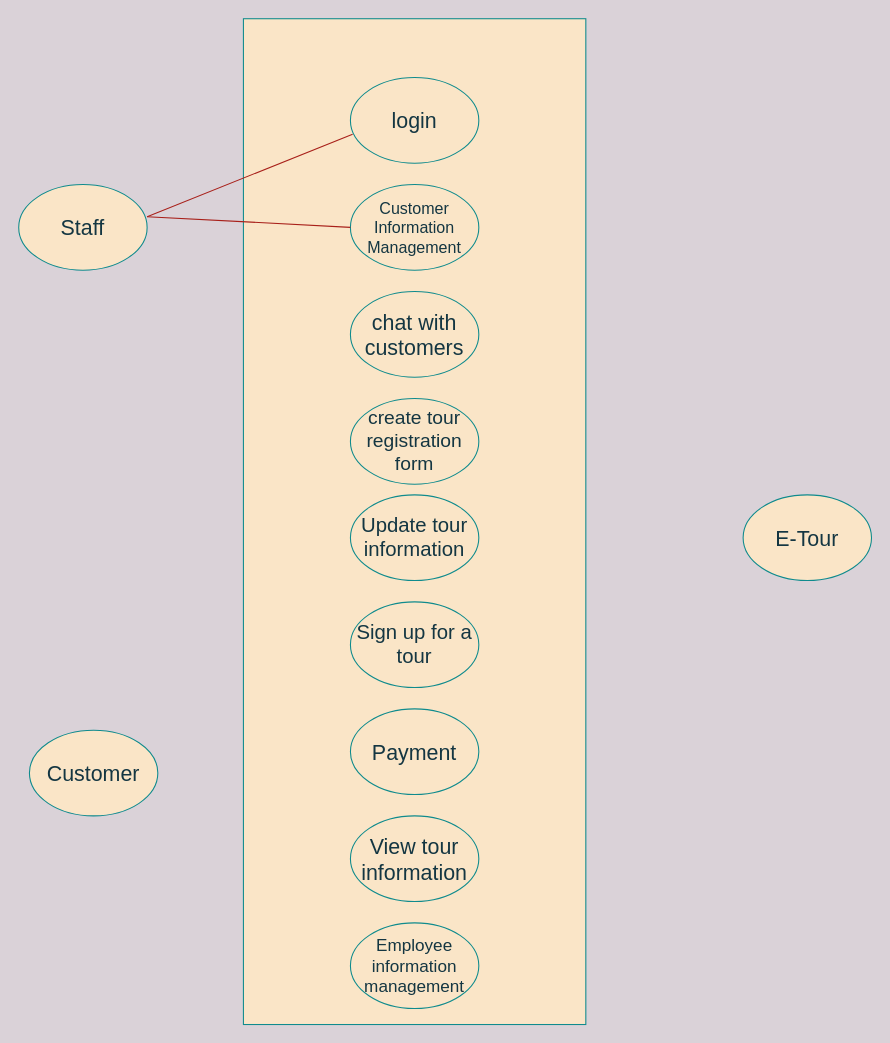
School2810/Demo keeps this draw.io diagram as Untitled Diagram.drawio. Above is the earlier version. Source tidied: cells renumbered, new cells numbered last; positions are measured from the earlier drawing's top-left corner, leaving out a move shared by most shapes. Both pictures are drawn from the tidied source at 107%, with x=0, y=0 at pixel (18, 18).
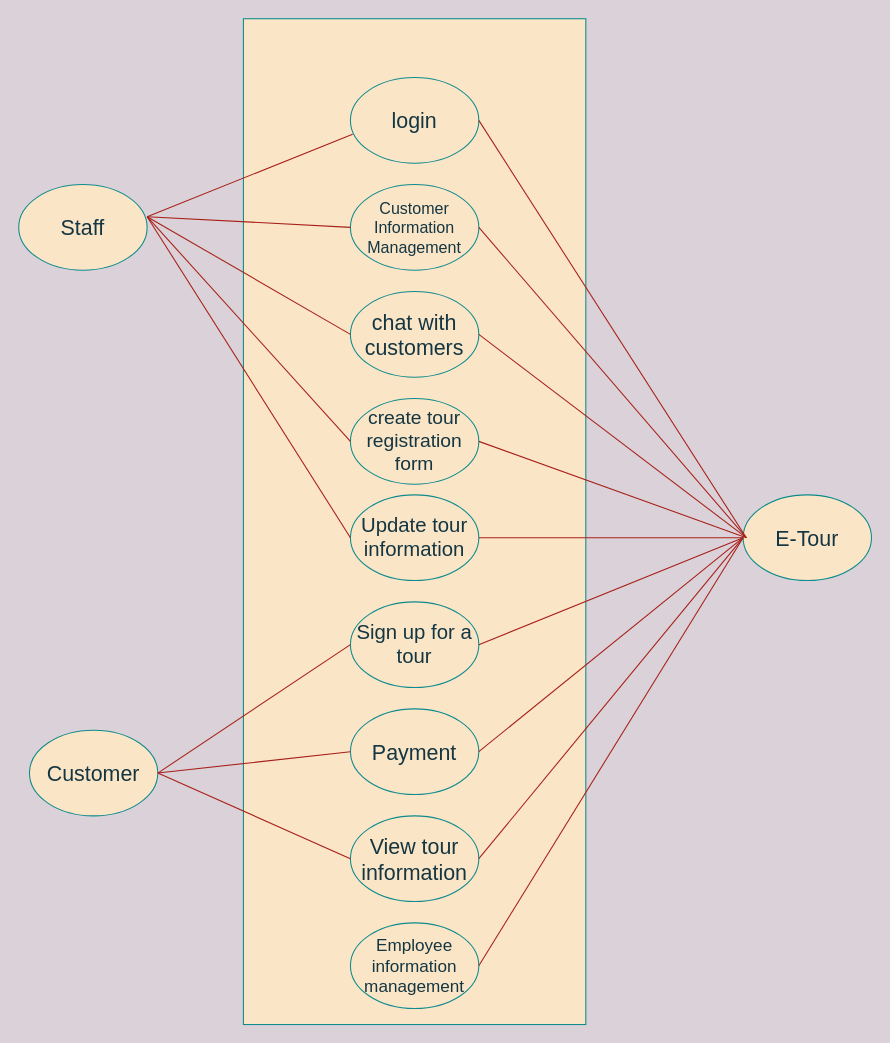
The same page after the edit.

Unchanged cells that the change refers to:
```xml
<mxCell id="3" value="&lt;font style=&quot;font-size: 20px&quot;&gt;chat with customers&lt;/font&gt;" style="ellipse;whiteSpace=wrap;html=1;fillColor=#FAE5C7;strokeColor=#0F8B8D;fontColor=#143642;" parent="1" vertex="1">
  <mxGeometry x="310" y="255" width="120" height="80" as="geometry" />
</mxCell>
<mxCell id="4" value="&lt;font style=&quot;font-size: 18px&quot;&gt;create tour registration form&lt;/font&gt;" style="ellipse;whiteSpace=wrap;html=1;fillColor=#FAE5C7;strokeColor=#0F8B8D;fontColor=#143642;" parent="1" vertex="1">
  <mxGeometry x="310" y="355" width="120" height="80" as="geometry" />
</mxCell>
<mxCell id="5" value="&lt;font style=&quot;font-size: 19px&quot;&gt;Update tour information&lt;/font&gt;" style="ellipse;whiteSpace=wrap;html=1;fillColor=#FAE5C7;strokeColor=#0F8B8D;fontColor=#143642;" parent="1" vertex="1">
  <mxGeometry x="310" y="445" width="120" height="80" as="geometry" />
</mxCell>
<mxCell id="6" value="&lt;font style=&quot;font-size: 19px&quot;&gt;Sign up for a tour&lt;/font&gt;" style="ellipse;whiteSpace=wrap;html=1;fillColor=#FAE5C7;strokeColor=#0F8B8D;fontColor=#143642;" parent="1" vertex="1">
  <mxGeometry x="310" y="545" width="120" height="80" as="geometry" />
</mxCell>
<mxCell id="7" value="&lt;font style=&quot;font-size: 20px&quot;&gt;E-Tour&lt;/font&gt;" style="ellipse;whiteSpace=wrap;html=1;fillColor=#FAE5C7;strokeColor=#0F8B8D;fontColor=#143642;" parent="1" vertex="1">
  <mxGeometry x="677" y="445" width="120" height="80" as="geometry" />
</mxCell>
<mxCell id="10" value="&lt;font style=&quot;font-size: 20px&quot;&gt;Payment&lt;/font&gt;" style="ellipse;whiteSpace=wrap;html=1;fillColor=#FAE5C7;strokeColor=#0F8B8D;fontColor=#143642;" parent="1" vertex="1">
  <mxGeometry x="310" y="645" width="120" height="80" as="geometry" />
</mxCell>
<mxCell id="11" value="&lt;font style=&quot;font-size: 20px&quot;&gt;View tour information&lt;/font&gt;" style="ellipse;whiteSpace=wrap;html=1;fillColor=#FAE5C7;strokeColor=#0F8B8D;fontColor=#143642;" parent="1" vertex="1">
  <mxGeometry x="310" y="745" width="120" height="80" as="geometry" />
</mxCell>
<mxCell id="12" value="&lt;font style=&quot;font-size: 16px&quot;&gt;Employee information management&lt;/font&gt;" style="ellipse;whiteSpace=wrap;html=1;fillColor=#FAE5C7;strokeColor=#0F8B8D;fontColor=#143642;" parent="1" vertex="1">
  <mxGeometry x="310" y="845" width="120" height="80" as="geometry" />
</mxCell>
<mxCell id="13" value="&lt;font style=&quot;font-size: 20px&quot;&gt;login&lt;/font&gt;" style="ellipse;whiteSpace=wrap;html=1;fillColor=#FAE5C7;strokeColor=#0F8B8D;fontColor=#143642;" parent="1" vertex="1">
  <mxGeometry x="310" y="55" width="120" height="80" as="geometry" />
</mxCell>
<mxCell id="14" value="&lt;font style=&quot;font-size: 15px&quot;&gt;Customer Information Management&lt;/font&gt;" style="ellipse;whiteSpace=wrap;html=1;fillColor=#FAE5C7;strokeColor=#0F8B8D;fontColor=#143642;" parent="1" vertex="1">
  <mxGeometry x="310" y="155" width="120" height="80" as="geometry" />
</mxCell>
```

What changed in the source:
```diff
@@
+    <mxCell id="17" style="endArrow=none;html=1;rounded=1;sketch=0;fontColor=#143642;strokeColor=#A8201A;fillColor=#FAE5C7;curved=0;entryX=0;entryY=0.5;entryDx=0;entryDy=0;" parent="1" edge="1" target="3">
+      <mxGeometry relative="1" as="geometry">
+        <mxPoint x="120" y="185" as="sourcePoint" />
+      </mxGeometry>
+    </mxCell>
+    <mxCell id="18" style="endArrow=none;html=1;rounded=1;sketch=0;fontColor=#143642;strokeColor=#A8201A;fillColor=#FAE5C7;curved=0;entryX=0;entryY=0.5;entryDx=0;entryDy=0;" parent="1" edge="1" target="4">
+      <mxGeometry relative="1" as="geometry">
+        <mxPoint x="120" y="185" as="sourcePoint" />
+      </mxGeometry>
+    </mxCell>
+    <mxCell id="19" style="endArrow=none;html=1;rounded=1;sketch=0;fontColor=#143642;strokeColor=#A8201A;fillColor=#FAE5C7;curved=0;entryX=0;entryY=0.5;entryDx=0;entryDy=0;" parent="1" edge="1" target="5">
+      <mxGeometry relative="1" as="geometry">
+        <mxPoint x="120" y="185" as="sourcePoint" />
+      </mxGeometry>
+    </mxCell>
+    <mxCell id="20" style="endArrow=none;html=1;rounded=1;sketch=0;fontColor=#143642;strokeColor=#A8201A;fillColor=#FAE5C7;curved=0;entryX=0;entryY=0.5;entryDx=0;entryDy=0;" parent="1" edge="1" target="6">
+      <mxGeometry relative="1" as="geometry">
+        <mxPoint x="130" y="705" as="sourcePoint" />
+      </mxGeometry>
+    </mxCell>
+    <mxCell id="21" style="endArrow=none;html=1;rounded=1;sketch=0;fontColor=#143642;strokeColor=#A8201A;fillColor=#FAE5C7;curved=0;entryX=0;entryY=0.5;entryDx=0;entryDy=0;" parent="1" edge="1" target="10">
+      <mxGeometry relative="1" as="geometry">
+        <mxPoint x="130" y="705" as="sourcePoint" />
+      </mxGeometry>
+    </mxCell>
+    <mxCell id="22" style="endArrow=none;html=1;rounded=1;sketch=0;fontColor=#143642;strokeColor=#A8201A;fillColor=#FAE5C7;curved=0;entryX=0;entryY=0.5;entryDx=0;entryDy=0;" parent="1" edge="1" target="11">
+      <mxGeometry relative="1" as="geometry">
+        <mxPoint x="130" y="705" as="sourcePoint" />
+      </mxGeometry>
+    </mxCell>
+    <mxCell id="23" style="endArrow=none;html=1;rounded=1;sketch=0;fontColor=#143642;strokeColor=#A8201A;fillColor=#FAE5C7;curved=0;exitX=1;exitY=0.5;exitDx=0;exitDy=0;" parent="1" edge="1" source="12">
+      <mxGeometry relative="1" as="geometry">
+        <mxPoint x="677" y="485" as="targetPoint" />
+      </mxGeometry>
+    </mxCell>
+    <mxCell id="24" style="endArrow=none;html=1;rounded=1;sketch=0;fontColor=#143642;strokeColor=#A8201A;fillColor=#FAE5C7;curved=0;exitX=1;exitY=0.5;exitDx=0;exitDy=0;" parent="1" edge="1" source="11">
+      <mxGeometry relative="1" as="geometry">
+        <mxPoint x="677" y="485" as="targetPoint" />
+      </mxGeometry>
+    </mxCell>
+    <mxCell id="25" style="endArrow=none;html=1;rounded=1;sketch=0;fontColor=#143642;strokeColor=#A8201A;fillColor=#FAE5C7;curved=0;exitX=1;exitY=0.5;exitDx=0;exitDy=0;" parent="1" edge="1" source="10">
+      <mxGeometry relative="1" as="geometry">
+        <mxPoint x="677" y="485" as="targetPoint" />
+      </mxGeometry>
+    </mxCell>
+    <mxCell id="26" style="endArrow=none;html=1;rounded=1;sketch=0;fontColor=#143642;strokeColor=#A8201A;fillColor=#FAE5C7;curved=0;exitX=1;exitY=0.5;exitDx=0;exitDy=0;" parent="1" edge="1" source="6">
+      <mxGeometry relative="1" as="geometry">
+        <mxPoint x="677" y="485" as="targetPoint" />
+      </mxGeometry>
+    </mxCell>
+    <mxCell id="27" style="endArrow=none;html=1;rounded=1;sketch=0;fontColor=#143642;strokeColor=#A8201A;fillColor=#FAE5C7;curved=0;entryX=0;entryY=0.5;entryDx=0;entryDy=0;exitX=1;exitY=0.5;exitDx=0;exitDy=0;" parent="1" edge="1" source="5" target="7">
+      <mxGeometry relative="1" as="geometry" />
+    </mxCell>
+    <mxCell id="28" style="endArrow=none;html=1;rounded=1;sketch=0;fontColor=#143642;strokeColor=#A8201A;fillColor=#FAE5C7;curved=0;exitX=1;exitY=0.5;exitDx=0;exitDy=0;" parent="1" edge="1" source="4">
+      <mxGeometry relative="1" as="geometry">
+        <mxPoint x="680" y="485" as="targetPoint" />
+      </mxGeometry>
+    </mxCell>
+    <mxCell id="29" style="endArrow=none;html=1;rounded=1;sketch=0;fontColor=#143642;strokeColor=#A8201A;fillColor=#FAE5C7;curved=0;exitX=1;exitY=0.5;exitDx=0;exitDy=0;" parent="1" edge="1" source="3">
+      <mxGeometry relative="1" as="geometry">
+        <mxPoint x="680" y="485" as="targetPoint" />
+      </mxGeometry>
+    </mxCell>
+    <mxCell id="30" style="endArrow=none;html=1;rounded=1;sketch=0;fontColor=#143642;strokeColor=#A8201A;fillColor=#FAE5C7;curved=0;exitX=1;exitY=0.5;exitDx=0;exitDy=0;" parent="1" edge="1" source="14">
+      <mxGeometry relative="1" as="geometry">
+        <mxPoint x="680" y="485" as="targetPoint" />
+      </mxGeometry>
+    </mxCell>
+    <mxCell id="31" style="endArrow=none;html=1;rounded=1;sketch=0;fontColor=#143642;strokeColor=#A8201A;fillColor=#FAE5C7;curved=0;exitX=1;exitY=0.5;exitDx=0;exitDy=0;" parent="1" edge="1" source="13">
+      <mxGeometry relative="1" as="geometry">
+        <mxPoint x="680" y="485" as="targetPoint" />
+      </mxGeometry>
+    </mxCell>
```
